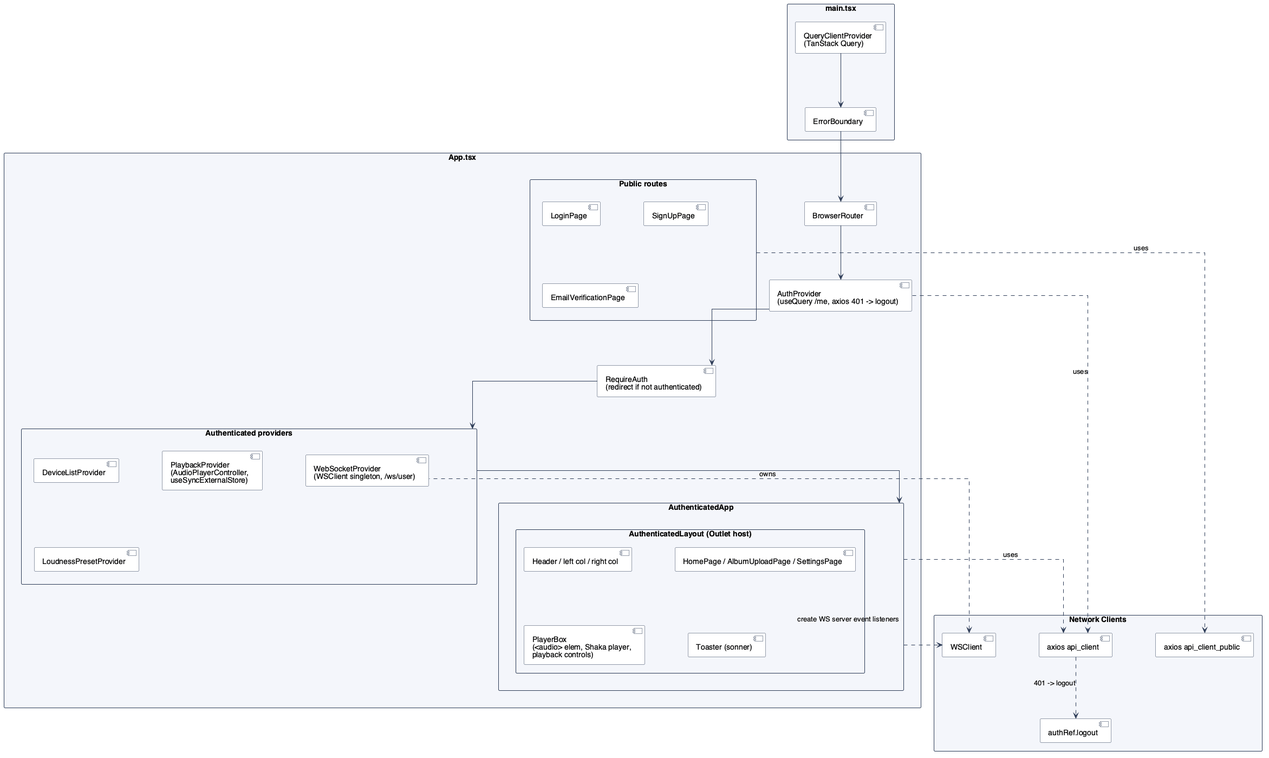
Earlier version of the PlantUML export text/diagrams/FrontendComponentHierarchy.png (ddrddrr/musikk). Source of this version:
```plantuml
@startuml FrontendComponentHierarchy

!include ../../_style.puml

package "main.tsx" {
    [QueryClientProvider\n(TanStack Query)] as query_provider
    [ErrorBoundary] as error_boundary
    query_provider --> error_boundary
}

package "App.tsx" {
    [BrowserRouter] as router
    [AuthProvider\n(useQuery /me, axios 401 -> logout)] as auth

    package "Public routes" {
        [LoginPage]
        [SignUpPage]
        [EmailVerificationPage]
    }

    [RequireAuth\n(redirect if not authenticated)] as require_auth

    package "Authenticated providers" as authenticated_providers {
        [WebSocketProvider\n(WSClient singleton, /ws/user)] as ws_provider
        [DeviceListProvider] as device_list_provider
        [PlaybackProvider\n(AudioPlayerController,\nuseSyncExternalStore)] as playback_provider
        [LoudnessPresetProvider] as loudness_provider
    }

    package "AuthenticatedApp" as authenticated_app {
        package "AuthenticatedLayout (Outlet host)" {
            [Header / left col / right col] as layout_columns
            [HomePage / AlbumUploadPage / SettingsPage] as route_pages
            [PlayerBox\n(<audio> elem, Shaka player,\nplayback controls)] as player
            [Toaster (sonner)] as toast
        }
    }
}

package "Network Clients" {
    [WSClient] as ws_client
    [axios api_client] as api_client
    [axios api_client_public] as api_client_public
    [authRef.logout] as auth_ref
}

error_boundary --> router
router --> auth
auth --> require_auth
require_auth --> authenticated_providers
authenticated_providers --> authenticated_app

ws_provider .up.> ws_client : owns
authenticated_app ...> ws_client : create WS server event listeners
api_client ..> auth_ref : 401 -> logout
auth ..> api_client : uses
authenticated_app ..> api_client : uses
"Public routes" ..> api_client_public : uses

@enduml
```
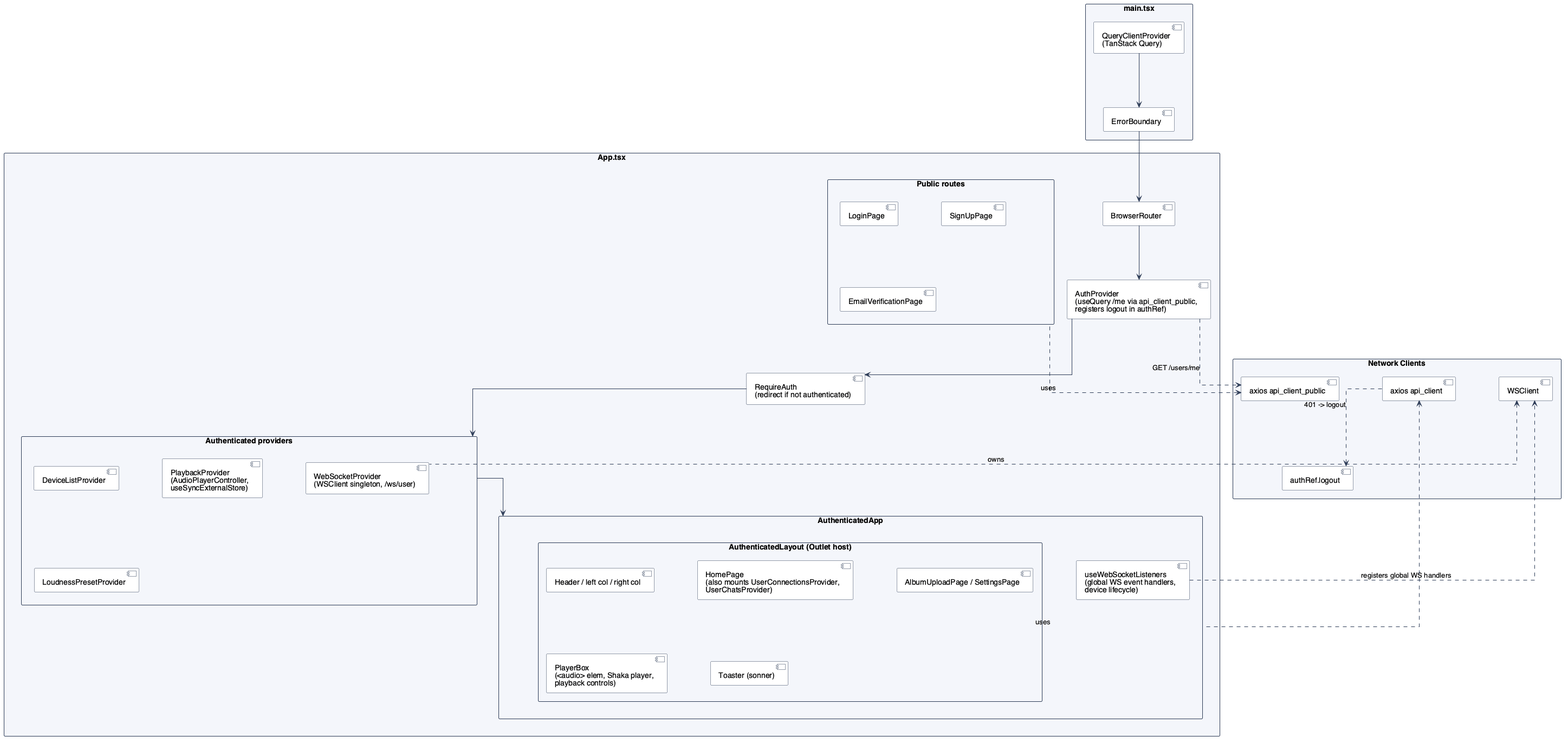
Later version of the same file.

Diff of the diagram source:
```diff
@@ -10,7 +10,7 @@
 
 package "App.tsx" {
     [BrowserRouter] as router
-    [AuthProvider\n(useQuery /me, axios 401 -> logout)] as auth
+    [AuthProvider\n(useQuery /me via api_client_public,\nregisters logout in authRef)] as auth
 
     package "Public routes" {
         [LoginPage]
@@ -28,9 +28,11 @@
     }
 
     package "AuthenticatedApp" as authenticated_app {
+        [useWebSocketListeners\n(global WS event handlers,\ndevice lifecycle)] as ws_listeners
         package "AuthenticatedLayout (Outlet host)" {
             [Header / left col / right col] as layout_columns
-            [HomePage / AlbumUploadPage / SettingsPage] as route_pages
+            [HomePage\n(also mounts UserConnectionsProvider,\nUserChatsProvider)] as home_page
+            [AlbumUploadPage / SettingsPage] as other_pages
             [PlayerBox\n(<audio> elem, Shaka player,\nplayback controls)] as player
             [Toaster (sonner)] as toast
         }
@@ -51,10 +53,10 @@
 authenticated_providers --> authenticated_app
 
 ws_provider .up.> ws_client : owns
-authenticated_app ...> ws_client : create WS server event listeners
+ws_listeners ...> ws_client : registers global WS handlers
 api_client ..> auth_ref : 401 -> logout
-auth ..> api_client : uses
+auth ..> api_client_public : GET /users/me
 authenticated_app ..> api_client : uses
-"Public routes" ..> api_client_public : uses
+"Public routes" ..up.> api_client_public : uses
 
 @enduml
```
